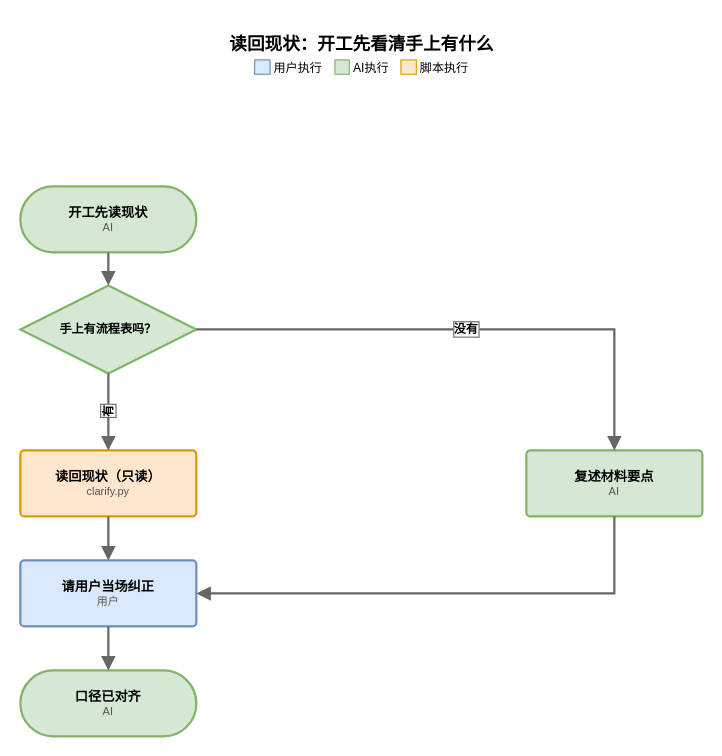
Before: page "读回现状：开工先看清手上有什么" (2 of 10) of dev/baseline/workflow/workflow-flow.drawio in Luys521/flowchart-skill, a draw.io diagram. Source tidied: cells renumbered, new cells numbered last; positions are measured from the earlier drawing's top-left corner, leaving out a move shared by most shapes. Both pictures are drawn from the tidied source at 110%, with x=0, y=0 at pixel (20, 19).
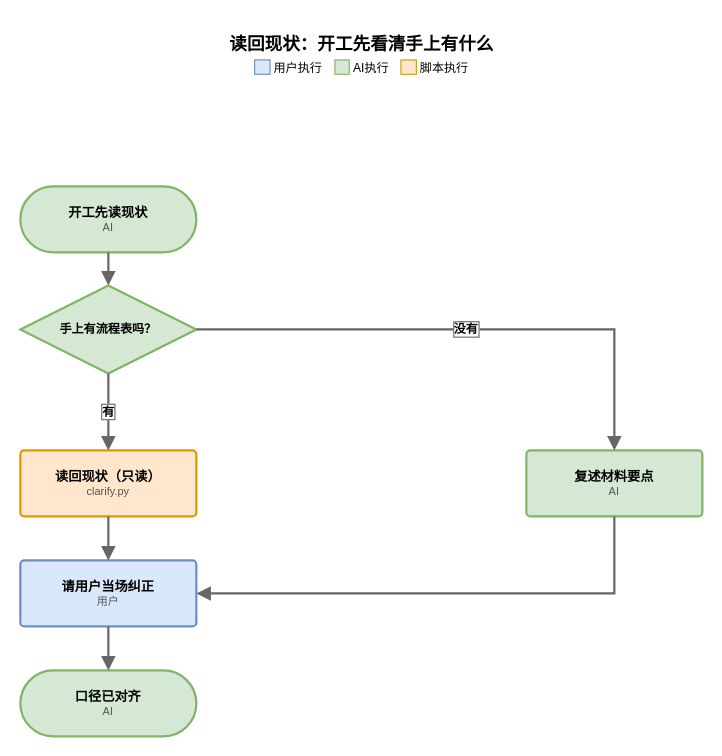
The same page after the edit.

Change to the diagram source:
```diff
@@
 <mxGraphModel>
   <root>
     <mxCell id="0" />
     <mxCell id="1" parent="0" />
     <mxCell id="2" value="读回现状：开工先看清手上有什么&lt;br&gt;&lt;span style=&quot;font-size:11px;font-weight:400&quot;&gt;&lt;span style=&quot;background:#dae8fc;border:1px solid #6c8ebf&quot;&gt;&amp;nbsp;&amp;nbsp;&amp;nbsp;&amp;nbsp;&lt;/span&gt; 用户执行　&lt;span style=&quot;background:#d5e8d4;border:1px solid #82b366&quot;&gt;&amp;nbsp;&amp;nbsp;&amp;nbsp;&amp;nbsp;&lt;/span&gt; AI执行　&lt;span style=&quot;background:#ffe6cc;border:1px solid #d79b00&quot;&gt;&amp;nbsp;&amp;nbsp;&amp;nbsp;&amp;nbsp;&lt;/span&gt; 脚本执行　&lt;/span&gt;" style="text;html=1;align=center;verticalAlign=middle;fontSize=16;fontStyle=1;fontFamily=Microsoft YaHei;" parent="1" vertex="1">
       <mxGeometry x="10" width="600" height="64" as="geometry" />
     </mxCell>
     <mxCell id="3" value="&lt;div style=&quot;font-weight:bold;&quot;&gt;开工先读现状&lt;/div&gt;&lt;div style=&quot;color:#555555;font-size:10px;&quot;&gt;AI&lt;/div&gt;" style="rounded=1;arcSize=50;whiteSpace=wrap;html=1;strokeWidth=2;fontFamily=Microsoft YaHei;verticalAlign=middle;fillColor=#d5e8d4;strokeColor=#82b366;fontSize=12;flowchartSkillNative=1;" parent="1" vertex="1">
       <mxGeometry y="152" width="160" height="60" as="geometry" />
     </mxCell>
     <mxCell id="4" value="&lt;div style=&quot;font-weight:bold;&quot;&gt;手上有流程表吗？&lt;/div&gt;" style="rhombus;whiteSpace=wrap;html=1;strokeWidth=2;fontFamily=Microsoft YaHei;verticalAlign=middle;fillColor=#d5e8d4;strokeColor=#82b366;fontSize=11;flowchartSkillNative=1;" parent="1" vertex="1">
       <mxGeometry y="242" width="160" height="80" as="geometry" />
     </mxCell>
     <mxCell id="5" value="&lt;div style=&quot;font-weight:bold;&quot;&gt;读回现状（只读）&lt;/div&gt;&lt;div style=&quot;color:#555555;font-size:10px;&quot;&gt;clarify.py&lt;/div&gt;" style="rounded=1;arcSize=6;whiteSpace=wrap;html=1;strokeWidth=2;fontFamily=Microsoft YaHei;verticalAlign=middle;fillColor=#ffe6cc;strokeColor=#d79b00;fontSize=12;flowchartSkillNative=1;" parent="1" vertex="1">
       <mxGeometry y="392" width="160" height="60" as="geometry" />
     </mxCell>
     <mxCell id="6" value="&lt;div style=&quot;font-weight:bold;&quot;&gt;复述材料要点&lt;/div&gt;&lt;div style=&quot;color:#555555;font-size:10px;&quot;&gt;AI&lt;/div&gt;" style="rounded=1;arcSize=6;whiteSpace=wrap;html=1;strokeWidth=2;fontFamily=Microsoft YaHei;verticalAlign=middle;fillColor=#d5e8d4;strokeColor=#82b366;fontSize=12;flowchartSkillNative=1;" parent="1" vertex="1">
       <mxGeometry x="460" y="392" width="160" height="60" as="geometry" />
     </mxCell>
     <mxCell id="7" value="&lt;div style=&quot;font-weight:bold;&quot;&gt;请用户当场纠正&lt;/div&gt;&lt;div style=&quot;color:#555555;font-size:10px;&quot;&gt;用户&lt;/div&gt;" style="rounded=1;arcSize=6;whiteSpace=wrap;html=1;strokeWidth=2;fontFamily=Microsoft YaHei;verticalAlign=middle;fillColor=#dae8fc;strokeColor=#6c8ebf;fontSize=12;flowchartSkillNative=1;" parent="1" vertex="1">
       <mxGeometry y="492" width="160" height="60" as="geometry" />
     </mxCell>
     <mxCell id="8" value="&lt;div style=&quot;font-weight:bold;&quot;&gt;口径已对齐&lt;/div&gt;&lt;div style=&quot;color:#555555;font-size:10px;&quot;&gt;AI&lt;/div&gt;" style="rounded=1;arcSize=50;whiteSpace=wrap;html=1;strokeWidth=2;fontFamily=Microsoft YaHei;verticalAlign=middle;fillColor=#d5e8d4;strokeColor=#82b366;fontSize=12;flowchartSkillNative=1;" parent="1" vertex="1">
       <mxGeometry y="592" width="160" height="60" as="geometry" />
     </mxCell>
     <mxCell id="9" style="edgeStyle=orthogonalEdgeStyle;rounded=0;jettySize=auto;html=1;exitX=0.5;exitY=1.0;entryX=0.5;entryY=0.0;endArrow=block;endFill=1;endSize=8;strokeWidth=2;strokeColor=#666666;fontSize=11;fontStyle=1;fontFamily=Microsoft YaHei;labelBackgroundColor=#ffffff;labelBorderColor=#666666;" parent="1" edge="1" source="3" target="4">
       <mxGeometry relative="1" as="geometry" />
     </mxCell>
-    <mxCell id="10" value="有" style="edgeStyle=orthogonalEdgeStyle;rounded=0;jettySize=auto;html=1;exitX=0.5;exitY=1.0;entryX=0.5;entryY=0.0;endArrow=block;endFill=1;endSize=8;strokeWidth=2;strokeColor=#666666;fontSize=11;fontStyle=1;fontFamily=Microsoft YaHei;labelBackgroundColor=#ffffff;labelBorderColor=#666666;horizontal=0;" parent="1" edge="1" source="4" target="5">
+    <mxCell id="10" value="有" style="edgeStyle=orthogonalEdgeStyle;rounded=0;jettySize=auto;html=1;exitX=0.5;exitY=1.0;entryX=0.5;entryY=0.0;endArrow=block;endFill=1;endSize=8;strokeWidth=2;strokeColor=#666666;fontSize=11;fontStyle=1;fontFamily=Microsoft YaHei;labelBackgroundColor=#ffffff;labelBorderColor=#666666;" parent="1" edge="1" source="4" target="5">
       <mxGeometry relative="1" as="geometry" />
     </mxCell>
     <mxCell id="11" value="没有" style="edgeStyle=orthogonalEdgeStyle;rounded=0;jettySize=auto;html=1;exitX=1.0;exitY=0.5;entryX=0.5;entryY=0.0;endArrow=block;endFill=1;endSize=8;strokeWidth=2;strokeColor=#666666;fontSize=11;fontStyle=1;fontFamily=Microsoft YaHei;labelBackgroundColor=#ffffff;labelBorderColor=#666666;" parent="1" edge="1" source="4" target="6">
       <mxGeometry relative="1" as="geometry">
         <Array as="points">
           <mxPoint x="540" y="282" />
         </Array>
       </mxGeometry>
     </mxCell>
     <mxCell id="12" style="edgeStyle=orthogonalEdgeStyle;rounded=0;jettySize=auto;html=1;exitX=0.5;exitY=1.0;entryX=0.5;entryY=0.0;endArrow=block;endFill=1;endSize=8;strokeWidth=2;strokeColor=#666666;fontSize=11;fontStyle=1;fontFamily=Microsoft YaHei;labelBackgroundColor=#ffffff;labelBorderColor=#666666;" parent="1" edge="1" source="5" target="7">
       <mxGeometry relative="1" as="geometry" />
     </mxCell>
     <mxCell id="13" style="edgeStyle=orthogonalEdgeStyle;rounded=0;jettySize=auto;html=1;exitX=0.5;exitY=1.0;entryX=1.0;entryY=0.5;endArrow=block;endFill=1;endSize=8;strokeWidth=2;strokeColor=#666666;fontSize=11;fontStyle=1;fontFamily=Microsoft YaHei;labelBackgroundColor=#ffffff;labelBorderColor=#666666;" parent="1" edge="1" source="6" target="7">
       <mxGeometry relative="1" as="geometry">
         <Array as="points">
           <mxPoint x="540" y="522" />
         </Array>
       </mxGeometry>
     </mxCell>
     <mxCell id="14" style="edgeStyle=orthogonalEdgeStyle;rounded=0;jettySize=auto;html=1;exitX=0.5;exitY=1.0;entryX=0.5;entryY=0.0;endArrow=block;endFill=1;endSize=8;strokeWidth=2;strokeColor=#666666;fontSize=11;fontStyle=1;fontFamily=Microsoft YaHei;labelBackgroundColor=#ffffff;labelBorderColor=#666666;" parent="1" edge="1" source="7" target="8">
       <mxGeometry relative="1" as="geometry" />
     </mxCell>
   </root>
 </mxGraphModel>
```
